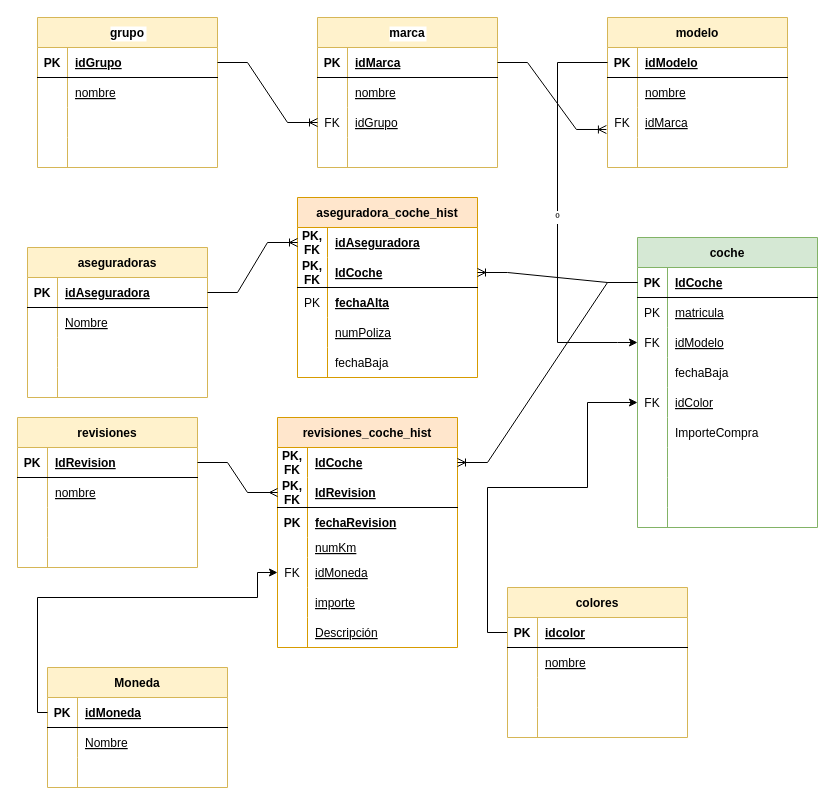
Above: ModeloE-R.drawio in angelsainero/practicaSQL (draw.io), before the change. Source tidied: cells renumbered, new cells numbered last; positions are measured from the earlier drawing's top-left corner, leaving out a move shared by most shapes. Both pictures are drawn from the tidied source at 100%, with x=0, y=0 at pixel (17, 17).
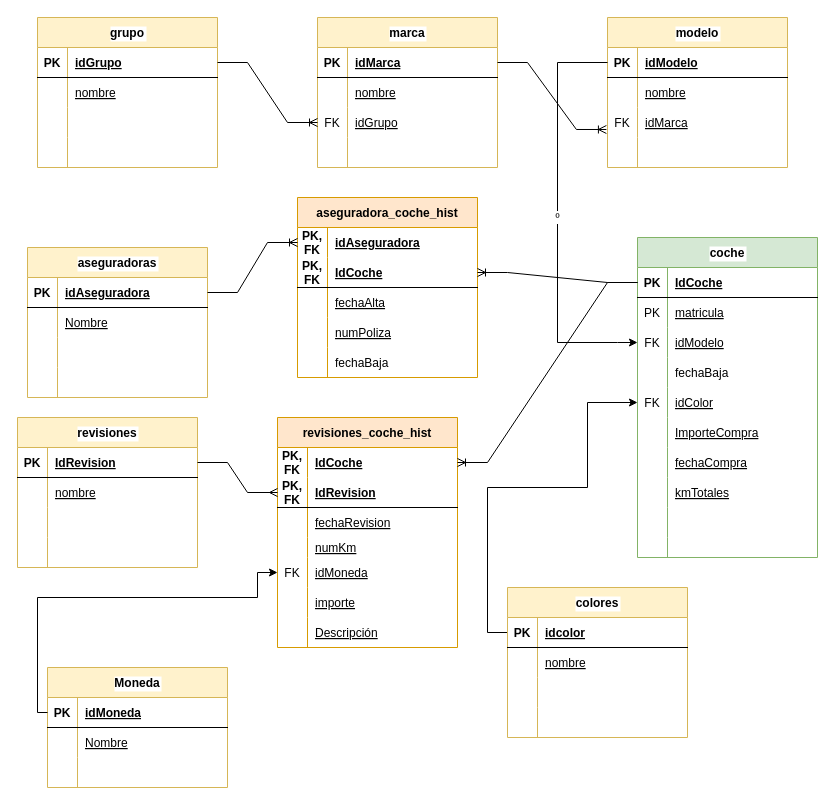
After the change.

Unchanged cells that the change refers to:
```xml
<mxCell id="86" style="shape=tableRow;horizontal=0;startSize=0;swimlaneHead=0;swimlaneBody=0;fillColor=none;top=0;left=0;right=0;bottom=0;" parent="70" vertex="1">
  <mxGeometry y="180" width="180" height="30" as="geometry" />
</mxCell>
<mxCell id="119" style="shape=tableRow;horizontal=0;startSize=0;swimlaneHead=0;swimlaneBody=0;fillColor=none;top=0;left=0;right=0;bottom=0;" parent="112" vertex="1">
  <mxGeometry y="90" width="180" height="30" as="geometry" />
</mxCell>
<mxCell id="137" style="shape=tableRow;horizontal=0;startSize=0;swimlaneHead=0;swimlaneBody=0;fillColor=none;top=0;left=0;right=0;bottom=0;" parent="130" vertex="1">
  <mxGeometry y="90" width="180" height="30" as="geometry" />
</mxCell>
```

The edit, as a diff of the source:
```diff
@@
-    <mxCell id="28" value="modelo" style="shape=table;startSize=30;childLayout=tableLayout;rowLines=0;fontStyle=1;align=center;fillColor=#fff2cc;strokeColor=#d6b656;" parent="1" vertex="1">
+    <mxCell id="28" value="modelo" style="shape=table;startSize=30;childLayout=tableLayout;rowLines=0;fontStyle=1;align=center;fillColor=#fff2cc;strokeColor=#d6b656;labelBorderColor=none;fontColor=default;labelBackgroundColor=default;" parent="1" vertex="1">
       <mxGeometry x="590" width="180" height="150" as="geometry" />
     </mxCell>
@@
-    <mxCell id="42" value="colores" style="shape=table;startSize=30;childLayout=tableLayout;rowLines=0;fontStyle=1;align=center;fillColor=#fff2cc;strokeColor=#d6b656;" parent="1" vertex="1">
+    <mxCell id="42" value="colores" style="shape=table;startSize=30;childLayout=tableLayout;rowLines=0;fontStyle=1;align=center;fillColor=#fff2cc;strokeColor=#d6b656;labelBackgroundColor=default;" parent="1" vertex="1">
       <mxGeometry x="490" y="570" width="180" height="150" as="geometry" />
     </mxCell>
@@
-    <mxCell id="55" value="aseguradoras" style="shape=table;startSize=30;childLayout=tableLayout;rowLines=0;fontStyle=1;align=center;fillColor=#fff2cc;strokeColor=#d6b656;" parent="1" vertex="1">
+    <mxCell id="55" value="aseguradoras" style="shape=table;startSize=30;childLayout=tableLayout;rowLines=0;fontStyle=1;align=center;fillColor=#fff2cc;strokeColor=#d6b656;labelBackgroundColor=default;" parent="1" vertex="1">
       <mxGeometry x="10" y="230" width="180" height="150" as="geometry" />
     </mxCell>
@@
-    <mxCell id="70" value="coche" style="shape=table;startSize=30;childLayout=tableLayout;rowLines=0;fontStyle=1;align=center;fillColor=#d5e8d4;strokeColor=#82b366;" parent="1" vertex="1">
-      <mxGeometry x="620" y="220" width="180" height="290" as="geometry" />
+    <mxCell id="70" value="coche" style="shape=table;startSize=30;childLayout=tableLayout;rowLines=0;fontStyle=1;align=center;fillColor=#d5e8d4;strokeColor=#82b366;labelBackgroundColor=default;" parent="1" vertex="1">
+      <mxGeometry x="620" y="220" width="180" height="320" as="geometry" />
     </mxCell>
@@
-    <mxCell id="88" value="ImporteCompra" style="shape=partialRectangle;fillColor=none;top=0;left=0;bottom=0;right=0;align=left;spacingLeft=6;overflow=hidden;" parent="86" vertex="1">
+    <mxCell id="88" value="ImporteCompra" style="shape=partialRectangle;fillColor=none;top=0;left=0;bottom=0;right=0;align=left;spacingLeft=6;overflow=hidden;fontStyle=4;" parent="86" vertex="1">
       <mxGeometry x="30" width="150" height="30" as="geometry" />
     </mxCell>
+    <mxCell id="165" style="shape=tableRow;horizontal=0;startSize=0;swimlaneHead=0;swimlaneBody=0;fillColor=none;top=0;left=0;right=0;bottom=0;" parent="70" vertex="1">
+      <mxGeometry y="210" width="180" height="30" as="geometry" />
+    </mxCell>
+    <mxCell id="166" style="shape=partialRectangle;fillColor=none;top=0;left=0;bottom=0;right=0;overflow=hidden;" parent="165" vertex="1">
+      <mxGeometry width="30" height="30" as="geometry" />
+    </mxCell>
+    <mxCell id="167" value="fechaCompra" style="shape=partialRectangle;fillColor=none;top=0;left=0;bottom=0;right=0;align=left;spacingLeft=6;overflow=hidden;fontStyle=4;" parent="165" vertex="1">
+      <mxGeometry x="30" width="150" height="30" as="geometry" />
+    </mxCell>
+    <mxCell id="92" style="shape=tableRow;horizontal=0;startSize=0;swimlaneHead=0;swimlaneBody=0;fillColor=none;top=0;left=0;right=0;bottom=0;" parent="70" vertex="1">
+      <mxGeometry y="240" width="180" height="30" as="geometry" />
+    </mxCell>
+    <mxCell id="168" style="shape=partialRectangle;fillColor=none;top=0;left=0;bottom=0;right=0;overflow=hidden;" parent="92" vertex="1">
+      <mxGeometry width="30" height="30" as="geometry" />
+    </mxCell>
+    <mxCell id="169" value="kmTotales" style="shape=partialRectangle;fillColor=none;top=0;left=0;bottom=0;right=0;align=left;spacingLeft=6;overflow=hidden;fontStyle=4;" parent="92" vertex="1">
+      <mxGeometry x="30" width="150" height="30" as="geometry" />
+    </mxCell>
     <mxCell id="89" style="shape=tableRow;horizontal=0;startSize=0;swimlaneHead=0;swimlaneBody=0;fillColor=none;top=0;left=0;right=0;bottom=0;" parent="70" vertex="1">
-      <mxGeometry y="210" width="180" height="30" as="geometry" />
+      <mxGeometry y="270" width="180" height="30" as="geometry" />
     </mxCell>
@@
-    <mxCell id="92" style="shape=tableRow;horizontal=0;startSize=0;swimlaneHead=0;swimlaneBody=0;fillColor=none;top=0;left=0;right=0;bottom=0;" parent="70" vertex="1">
-      <mxGeometry y="240" width="180" height="30" as="geometry" />
-    </mxCell>
-    <mxCell id="93" style="shape=partialRectangle;fillColor=none;top=0;left=0;bottom=0;right=0;overflow=hidden;" parent="92" vertex="1">
-      <mxGeometry width="30" height="30" as="geometry" />
-    </mxCell>
-    <mxCell id="94" style="shape=partialRectangle;fillColor=none;top=0;left=0;bottom=0;right=0;align=left;spacingLeft=6;overflow=hidden;" parent="92" vertex="1">
-      <mxGeometry x="30" width="150" height="30" as="geometry" />
-    </mxCell>
     <mxCell id="95" style="shape=tableRow;horizontal=0;startSize=0;swimlaneHead=0;swimlaneBody=0;fillColor=none;top=0;left=0;right=0;bottom=0;" parent="70" vertex="1">
-      <mxGeometry y="270" width="180" height="20" as="geometry" />
+      <mxGeometry y="300" width="180" height="20" as="geometry" />
     </mxCell>
@@
-    <mxCell id="99" value="revisiones" style="shape=table;startSize=30;childLayout=tableLayout;rowLines=0;fontStyle=1;align=center;fillColor=#fff2cc;strokeColor=#d6b656;" parent="1" vertex="1">
+    <mxCell id="99" value="revisiones" style="shape=table;startSize=30;childLayout=tableLayout;rowLines=0;fontStyle=1;align=center;fillColor=#fff2cc;strokeColor=#d6b656;labelBackgroundColor=default;" parent="1" vertex="1">
       <mxGeometry y="400" width="180" height="150" as="geometry" />
     </mxCell>
@@
-    <mxCell id="120" value="PK" style="shape=partialRectangle;fillColor=none;top=0;left=0;bottom=0;right=0;overflow=hidden;" parent="119" vertex="1">
+    <mxCell id="120" style="shape=partialRectangle;fillColor=none;top=0;left=0;bottom=0;right=0;overflow=hidden;" parent="119" vertex="1">
       <mxGeometry width="30" height="30" as="geometry" />
     </mxCell>
-    <mxCell id="121" value="fechaAlta" style="shape=partialRectangle;fillColor=none;top=0;left=0;bottom=0;right=0;align=left;spacingLeft=6;overflow=hidden;fontStyle=5;" parent="119" vertex="1">
+    <mxCell id="121" value="fechaAlta" style="shape=partialRectangle;fillColor=none;top=0;left=0;bottom=0;right=0;align=left;spacingLeft=6;overflow=hidden;fontStyle=4;" parent="119" vertex="1">
       <mxGeometry x="30" width="150" height="30" as="geometry" />
     </mxCell>
@@
-    <mxCell id="138" value="PK" style="shape=partialRectangle;fillColor=none;top=0;left=0;bottom=0;right=0;overflow=hidden;fontStyle=1;" parent="137" vertex="1">
+    <mxCell id="138" style="shape=partialRectangle;fillColor=none;top=0;left=0;bottom=0;right=0;overflow=hidden;fontStyle=1;" parent="137" vertex="1">
       <mxGeometry width="30" height="30" as="geometry" />
     </mxCell>
-    <mxCell id="139" value="fechaRevision" style="shape=partialRectangle;fillColor=none;top=0;left=0;bottom=0;right=0;align=left;spacingLeft=6;overflow=hidden;fontStyle=5;" parent="137" vertex="1">
+    <mxCell id="139" value="fechaRevision" style="shape=partialRectangle;fillColor=none;top=0;left=0;bottom=0;right=0;align=left;spacingLeft=6;overflow=hidden;fontStyle=4;" parent="137" vertex="1">
       <mxGeometry x="30" width="150" height="30" as="geometry" />
     </mxCell>
@@
-    <mxCell id="152" value="Moneda" style="shape=table;startSize=30;childLayout=tableLayout;rowLines=0;fontStyle=1;align=center;fillColor=#fff2cc;strokeColor=#d6b656;" parent="1" vertex="1">
+    <mxCell id="152" value="Moneda" style="shape=table;startSize=30;childLayout=tableLayout;rowLines=0;fontStyle=1;align=center;fillColor=#fff2cc;strokeColor=#d6b656;labelBackgroundColor=default;" parent="1" vertex="1">
       <mxGeometry x="30" y="650" width="180" height="120" as="geometry" />
     </mxCell>
```
